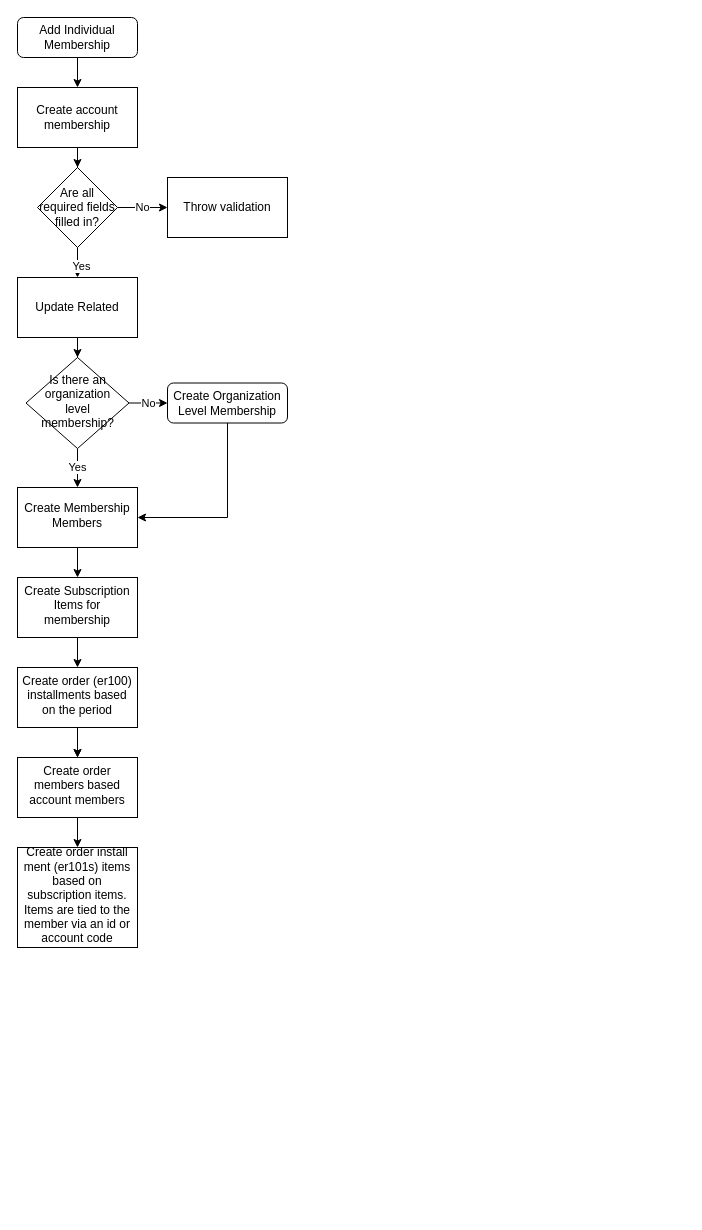
The draw.io diagram MembershipAddIndividual.drawio in shelbyharris/Membership, before the edit. Source tidied: cells renumbered, new cells numbered last; positions are measured from the earlier drawing's top-left corner, leaving out a move shared by most shapes. Both pictures are drawn from the tidied source at 100%, with x=0, y=0 at pixel (17, 17).
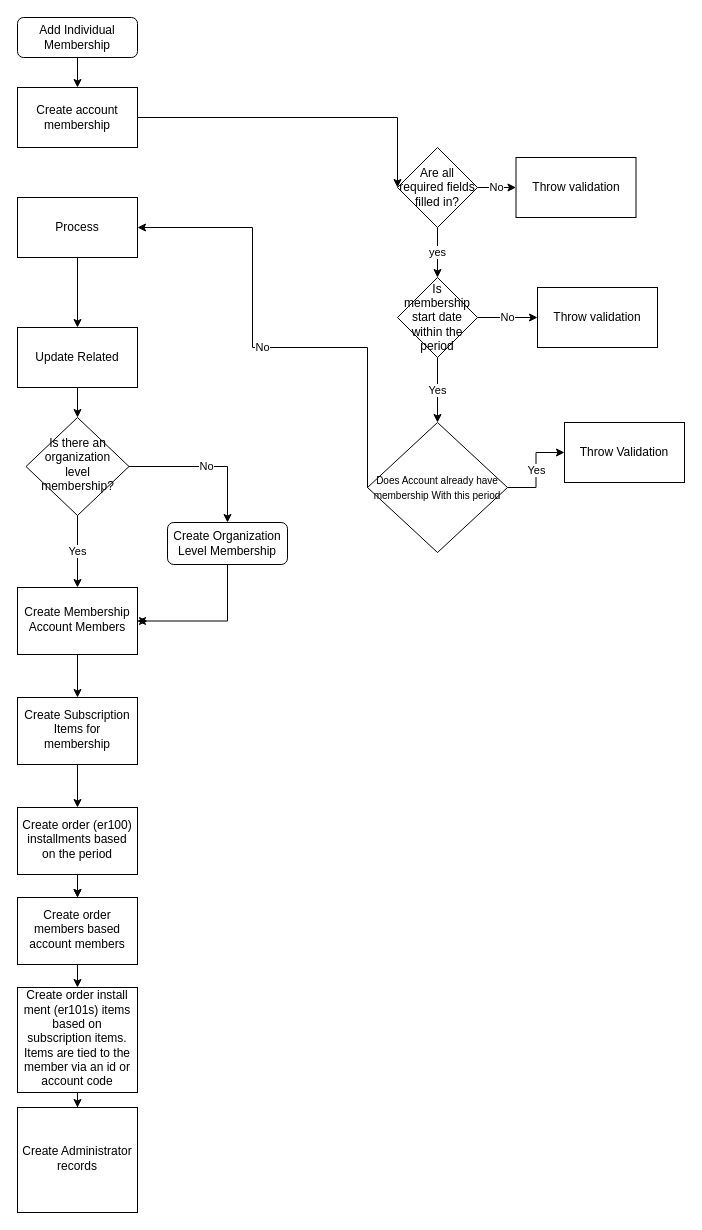
Above is the later version.

Unchanged cells that the change refers to:
```xml
<mxCell id="17" value="Create account membership" style="rounded=0;whiteSpace=wrap;html=1;" parent="1" vertex="1">
  <mxGeometry y="70" width="120" height="60" as="geometry" />
</mxCell>
```

Change to the diagram source:
```diff
@@
-    <mxCell id="2" style="edgeStyle=orthogonalEdgeStyle;rounded=0;jettySize=auto;html=1;" parent="1" edge="1" source="17">
-      <mxGeometry relative="1" as="geometry">
-        <mxPoint x="60" y="120" as="targetPoint" />
-      </mxGeometry>
-    </mxCell>
@@
-    <mxCell id="4" style="edgeStyle=orthogonalEdgeStyle;rounded=0;jettySize=auto;html=1;entryX=1;entryY=0.5;entryDx=0;entryDy=0;" parent="1" edge="1" source="5" target="20">
+    <mxCell id="4" style="edgeStyle=orthogonalEdgeStyle;rounded=0;jettySize=auto;html=1;entryX=1;entryY=0.5;entryDx=0;entryDy=0;exitX=0.5;exitY=1;exitDx=0;exitDy=0;" parent="1" edge="1" source="5" target="20">
       <mxGeometry relative="1" as="geometry">
         <Array as="points">
-          <mxPoint x="210" y="500" />
+          <mxPoint x="210" y="604" />
         </Array>
       </mxGeometry>
     </mxCell>
     <mxCell id="5" value="Create Organization Level Membership" style="rounded=1;whiteSpace=wrap;html=1;fontSize=12;glass=0;strokeWidth=1;shadow=0;" parent="1" vertex="1">
-      <mxGeometry x="150" y="365.5" width="120" height="40" as="geometry" />
+      <mxGeometry x="150" y="505" width="120" height="42" as="geometry" />
     </mxCell>
-    <mxCell id="6" style="edgeStyle=orthogonalEdgeStyle;rounded=0;jettySize=auto;html=1;" parent="1" edge="1" source="17" target="10">
-      <mxGeometry relative="1" as="geometry" />
+    <mxCell id="6" style="edgeStyle=orthogonalEdgeStyle;rounded=0;jettySize=auto;html=1;entryX=0;entryY=0.5;entryDx=0;entryDy=0;" parent="1" edge="1" source="17" target="10">
+      <mxGeometry relative="1" as="geometry">
+        <Array as="points">
+          <mxPoint x="380" y="100" />
+        </Array>
+      </mxGeometry>
     </mxCell>
@@
-    <mxCell id="8" style="edgeStyle=orthogonalEdgeStyle;rounded=0;jettySize=auto;html=1;" parent="1" edge="1" source="10" target="13">
-      <mxGeometry relative="1" as="geometry" />
-    </mxCell>
-    <mxCell id="9" value="Yes" style="edgeLabel;html=1;align=center;verticalAlign=middle;" parent="8" vertex="1">
-      <mxGeometry x="-0.27" y="3" relative="1" as="geometry" />
-    </mxCell>
+    <mxCell id="29" value="yes" style="edgeStyle=orthogonalEdgeStyle;rounded=0;jettySize=auto;html=1;" parent="1" edge="1" source="10" target="35">
+      <mxGeometry relative="1" as="geometry" />
+    </mxCell>
     <mxCell id="10" value="Are all required fields filled in?" style="rhombus;whiteSpace=wrap;html=1;rounded=0;" parent="1" vertex="1">
-      <mxGeometry x="20" y="150" width="80" height="80" as="geometry" />
+      <mxGeometry x="380" y="130" width="80" height="80" as="geometry" />
     </mxCell>
     <mxCell id="11" value="Throw validation" style="whiteSpace=wrap;html=1;rounded=0;" parent="1" vertex="1">
-      <mxGeometry x="150" y="160" width="120" height="60" as="geometry" />
+      <mxGeometry x="498.5" y="140" width="120" height="60" as="geometry" />
     </mxCell>
-    <mxCell id="12" style="edgeStyle=orthogonalEdgeStyle;rounded=0;jettySize=auto;html=1;" parent="1" edge="1" source="13" target="16">
+    <mxCell id="12" style="edgeStyle=orthogonalEdgeStyle;rounded=0;jettySize=auto;html=1;exitX=0.5;exitY=1;exitDx=0;exitDy=0;" parent="1" edge="1" source="13" target="16">
       <mxGeometry relative="1" as="geometry" />
     </mxCell>
     <mxCell id="13" value="Update Related" style="whiteSpace=wrap;html=1;rounded=0;" parent="1" vertex="1">
-      <mxGeometry y="260" width="120" height="60" as="geometry" />
+      <mxGeometry y="310" width="120" height="60" as="geometry" />
     </mxCell>
-    <mxCell id="14" value="No" style="edgeStyle=orthogonalEdgeStyle;rounded=0;jettySize=auto;html=1;" parent="1" edge="1" source="16" target="5">
+    <mxCell id="14" value="No" style="edgeStyle=orthogonalEdgeStyle;rounded=0;jettySize=auto;html=1;entryX=0.5;entryY=0;entryDx=0;entryDy=0;" parent="1" edge="1" source="16" target="5">
       <mxGeometry relative="1" as="geometry" />
     </mxCell>
@@
     <mxCell id="16" value="Is there an organization level membership?" style="rhombus;whiteSpace=wrap;html=1;shadow=0;fontFamily=Helvetica;fontSize=12;align=center;strokeWidth=1;spacing=6;spacingTop=-4;" parent="1" vertex="1">
-      <mxGeometry x="8.5" y="340" width="103" height="91" as="geometry" />
+      <mxGeometry x="8.5" y="400" width="103" height="98" as="geometry" />
     </mxCell>
@@
+    <mxCell id="30" style="edgeStyle=orthogonalEdgeStyle;rounded=0;jettySize=auto;html=1;exitX=1;exitY=0.5;exitDx=0;exitDy=0;" parent="1" edge="1" source="20">
+      <mxGeometry relative="1" as="geometry">
+        <mxPoint x="130" y="604" as="targetPoint" />
+      </mxGeometry>
+    </mxCell>
-    <mxCell id="20" value="Create Membership Members" style="whiteSpace=wrap;html=1;shadow=0;strokeWidth=1;spacing=6;spacingTop=-4;" parent="1" vertex="1">
-      <mxGeometry y="470" width="120" height="60" as="geometry" />
+    <mxCell id="20" value="Create Membership Account Members" style="whiteSpace=wrap;html=1;shadow=0;strokeWidth=1;spacing=6;spacingTop=-4;" parent="1" vertex="1">
+      <mxGeometry y="570" width="120" height="67" as="geometry" />
     </mxCell>
@@
     <mxCell id="22" value="Create Subscription Items for membership&lt;br&gt;" style="whiteSpace=wrap;html=1;shadow=0;strokeWidth=1;spacing=6;spacingTop=-4;" parent="1" vertex="1">
-      <mxGeometry y="560" width="120" height="60" as="geometry" />
+      <mxGeometry y="680" width="120" height="67" as="geometry" />
     </mxCell>
@@
     <mxCell id="25" value="Create order (er100) installments based on the period" style="whiteSpace=wrap;html=1;shadow=0;strokeWidth=1;spacing=6;spacingTop=-4;" parent="1" vertex="1">
-      <mxGeometry y="650" width="120" height="60" as="geometry" />
+      <mxGeometry y="790" width="120" height="67" as="geometry" />
     </mxCell>
+    <mxCell id="31" style="edgeStyle=orthogonalEdgeStyle;rounded=0;jettySize=auto;html=1;" parent="1" edge="1" source="26" target="39">
+      <mxGeometry relative="1" as="geometry" />
+    </mxCell>
     <mxCell id="26" value="Create order install ment (er101s) items based on subscription items. Items are tied to the member via an id or account code" style="whiteSpace=wrap;html=1;shadow=0;strokeWidth=1;spacing=6;spacingTop=-4;" parent="1" vertex="1">
-      <mxGeometry y="830" width="120" height="100" as="geometry" />
+      <mxGeometry y="970" width="120" height="105" as="geometry" />
     </mxCell>
     <mxCell id="27" value="Create order members based account members" style="whiteSpace=wrap;html=1;shadow=0;strokeWidth=1;spacing=6;spacingTop=-4;" parent="1" vertex="1">
-      <mxGeometry y="740" width="120" height="60" as="geometry" />
+      <mxGeometry y="880" width="120" height="67" as="geometry" />
     </mxCell>
@@
+    <mxCell id="32" value="No" style="edgeStyle=orthogonalEdgeStyle;rounded=0;jettySize=auto;html=1;" parent="1" edge="1" source="35" target="36">
+      <mxGeometry relative="1" as="geometry" />
+    </mxCell>
+    <mxCell id="33" value="No" style="edgeStyle=orthogonalEdgeStyle;rounded=0;jettySize=auto;html=1;entryX=1;entryY=0.5;entryDx=0;entryDy=0;exitX=0;exitY=0.5;exitDx=0;exitDy=0;" parent="1" edge="1" source="41" target="38">
+      <mxGeometry relative="1" as="geometry">
+        <Array as="points">
+          <mxPoint x="350" y="330" />
+          <mxPoint x="235" y="330" />
+          <mxPoint x="235" y="210" />
+        </Array>
+      </mxGeometry>
+    </mxCell>
+    <mxCell id="34" value="Yes" style="edgeStyle=orthogonalEdgeStyle;rounded=0;jettySize=auto;html=1;" parent="1" edge="1" source="35" target="41">
+      <mxGeometry relative="1" as="geometry" />
+    </mxCell>
+    <mxCell id="35" value="Is membership start date within the period" style="rhombus;whiteSpace=wrap;html=1;rounded=0;" parent="1" vertex="1">
+      <mxGeometry x="380" y="260" width="80" height="80" as="geometry" />
+    </mxCell>
+    <mxCell id="36" value="&lt;span&gt;Throw validation&lt;/span&gt;" style="whiteSpace=wrap;html=1;rounded=0;" parent="1" vertex="1">
+      <mxGeometry x="520" y="270" width="120" height="60" as="geometry" />
+    </mxCell>
+    <mxCell id="37" style="edgeStyle=orthogonalEdgeStyle;rounded=0;jettySize=auto;html=1;entryX=0.5;entryY=0;entryDx=0;entryDy=0;" parent="1" edge="1" source="38" target="13">
+      <mxGeometry relative="1" as="geometry" />
+    </mxCell>
+    <mxCell id="38" value="Process" style="whiteSpace=wrap;html=1;rounded=0;" parent="1" vertex="1">
+      <mxGeometry y="180" width="120" height="60" as="geometry" />
+    </mxCell>
+    <mxCell id="39" value="Create Administrator records&lt;br&gt;" style="whiteSpace=wrap;html=1;shadow=0;strokeWidth=1;spacing=6;spacingTop=-4;" parent="1" vertex="1">
+      <mxGeometry y="1090" width="120" height="105" as="geometry" />
+    </mxCell>
+    <mxCell id="40" value="Yes" style="edgeStyle=orthogonalEdgeStyle;rounded=0;jettySize=auto;html=1;" parent="1" edge="1" source="41" target="42">
+      <mxGeometry relative="1" as="geometry" />
+    </mxCell>
+    <mxCell id="41" value="&lt;font style=&quot;font-size: 10px&quot;&gt;Does Account already have membership With this period&lt;/font&gt;" style="rhombus;whiteSpace=wrap;html=1;rounded=0;" parent="1" vertex="1">
+      <mxGeometry x="350" y="405" width="140" height="130" as="geometry" />
+    </mxCell>
+    <mxCell id="42" value="Throw Validation" style="whiteSpace=wrap;html=1;rounded=0;" parent="1" vertex="1">
+      <mxGeometry x="547" y="405" width="120" height="60" as="geometry" />
+    </mxCell>
```
